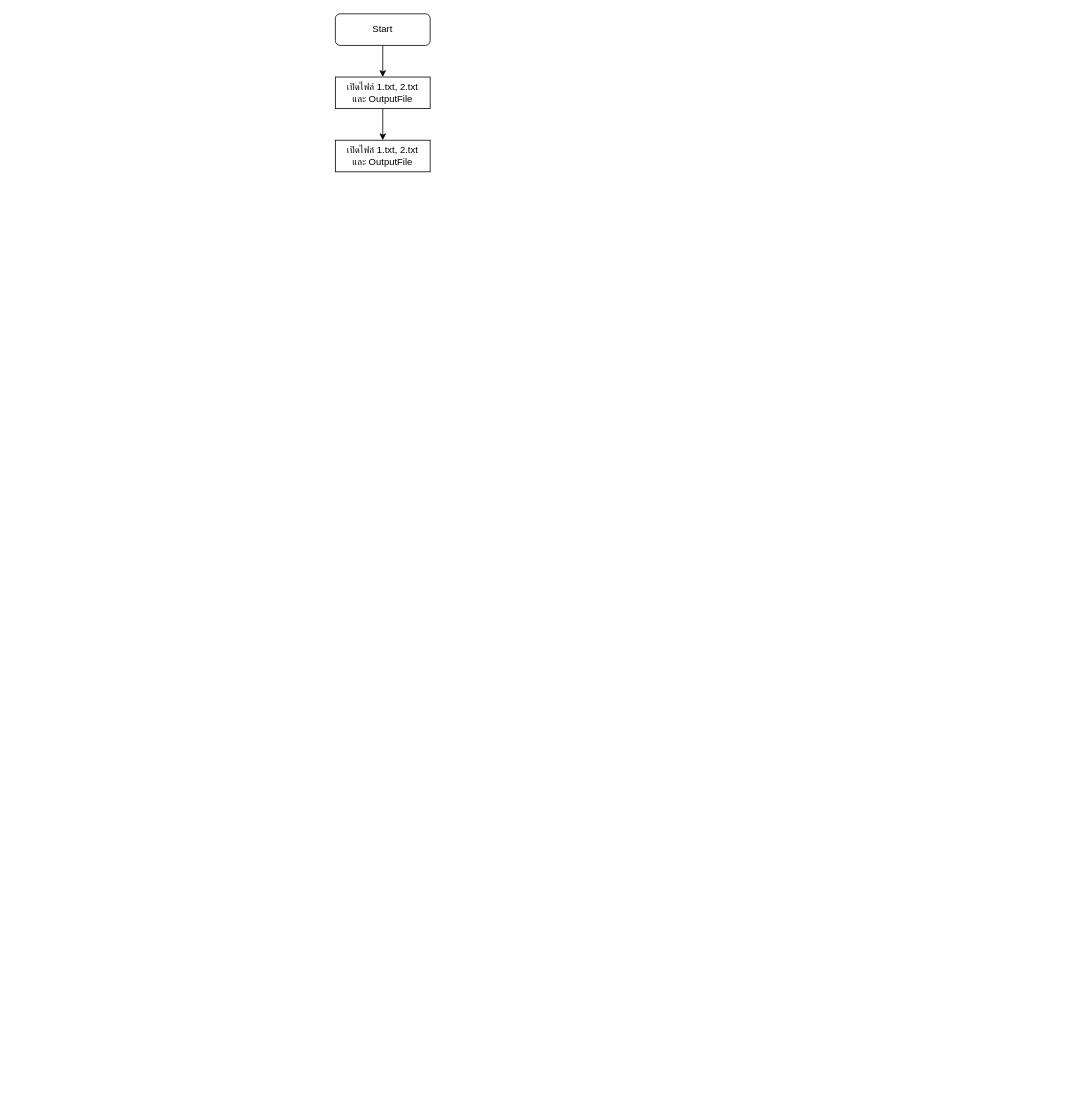
This is FlowWork.drawio from InnoZecroZ/LabHelper, a draw.io file, before an edit. Source tidied: cells renumbered, new cells numbered last; positions are measured from the earlier drawing's top-left corner, leaving out a move shared by most shapes. Both pictures are drawn from the tidied source at 79%, with x=0, y=0 at pixel (335, 13).
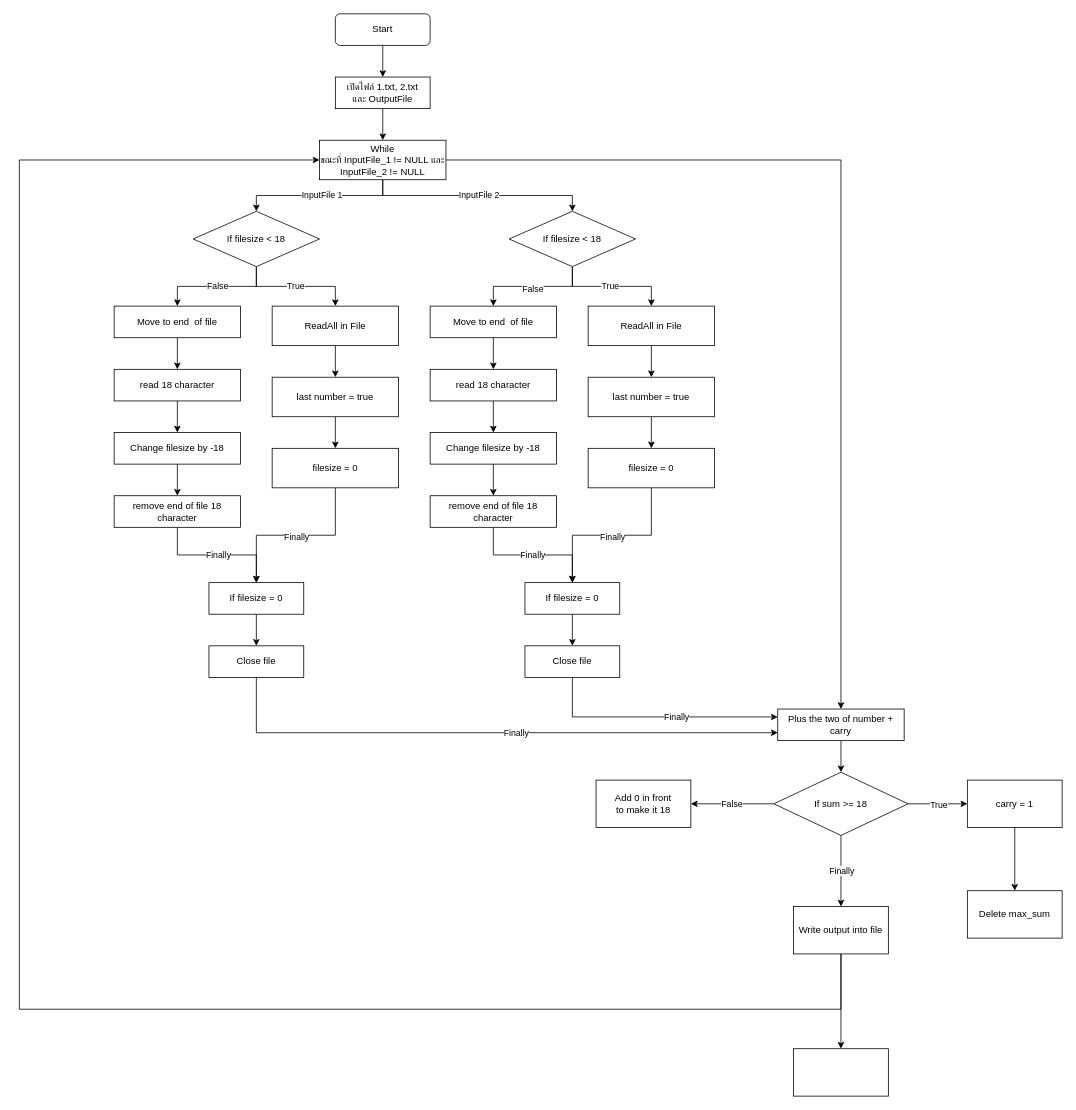
Above is the later version.

Commit message (it also covers changes not shown here):
Update flowchart and add backup for FlowWork.drawio

Expanded the flowchart in FlowWork.drawio with additional steps and logic for file operations and sum calculation. Added a backup file .$FlowWork.drawio.bkp containing the previous version of the diagram.

What changed in the source:
```diff
@@
+    <mxCell id="7" style="edgeStyle=orthogonalEdgeStyle;rounded=0;jettySize=auto;html=1;" parent="1" edge="1" source="6" target="55">
+      <mxGeometry relative="1" as="geometry" />
+    </mxCell>
+    <mxCell id="8" style="edgeStyle=orthogonalEdgeStyle;rounded=0;jettySize=auto;html=1;entryX=0.5;entryY=0;entryDx=0;entryDy=0;exitX=0.5;exitY=1;exitDx=0;exitDy=0;" parent="1" edge="1" source="6" target="74">
+      <mxGeometry relative="1" as="geometry" />
+    </mxCell>
+    <mxCell id="9" value="InputFile 1" style="edgeLabel;html=1;align=center;verticalAlign=middle;" parent="8" vertex="1">
+      <mxGeometry x="-0.02" y="-1" relative="1" as="geometry" />
+    </mxCell>
+    <mxCell id="10" style="edgeStyle=orthogonalEdgeStyle;rounded=0;jettySize=auto;html=1;entryX=0.5;entryY=0;entryDx=0;entryDy=0;exitX=0.5;exitY=1;exitDx=0;exitDy=0;" parent="1" edge="1" source="6" target="79">
+      <mxGeometry relative="1" as="geometry" />
+    </mxCell>
+    <mxCell id="11" value="InputFile 2" style="edgeLabel;html=1;align=center;verticalAlign=middle;" parent="10" vertex="1">
+      <mxGeometry x="0.01" y="2" relative="1" as="geometry" />
+    </mxCell>
-    <mxCell id="6" value="เปิดไฟล์ 1.txt, 2.txt&lt;div&gt;และ OutputFile&lt;/div&gt;" style="rounded=0;whiteSpace=wrap;html=1;" parent="1" vertex="1">
-      <mxGeometry y="160" width="120" height="40" as="geometry" />
+    <mxCell id="6" value="While&lt;div&gt;ขณะที่ InputFile_1 != NULL และ InputFile_2 != NULL&lt;/div&gt;" style="rounded=0;whiteSpace=wrap;html=1;" parent="1" vertex="1">
+      <mxGeometry x="-20" y="160" width="160" height="50" as="geometry" />
     </mxCell>
+    <mxCell id="12" style="edgeStyle=orthogonalEdgeStyle;rounded=0;jettySize=auto;html=1;" parent="1" edge="1" source="13" target="15">
+      <mxGeometry relative="1" as="geometry" />
+    </mxCell>
+    <mxCell id="13" value="ReadAll in File" style="rounded=0;whiteSpace=wrap;html=1;" parent="1" vertex="1">
+      <mxGeometry x="-80" y="370" width="160" height="50" as="geometry" />
+    </mxCell>
+    <mxCell id="14" style="edgeStyle=orthogonalEdgeStyle;rounded=0;jettySize=auto;html=1;" parent="1" edge="1" source="15" target="18">
+      <mxGeometry relative="1" as="geometry" />
+    </mxCell>
+    <mxCell id="15" value="last number = true" style="rounded=0;whiteSpace=wrap;html=1;" parent="1" vertex="1">
+      <mxGeometry x="-80" y="460" width="160" height="50" as="geometry" />
+    </mxCell>
+    <mxCell id="16" style="edgeStyle=orthogonalEdgeStyle;rounded=0;jettySize=auto;html=1;entryX=0.5;entryY=0;entryDx=0;entryDy=0;" parent="1" edge="1" source="18" target="45">
+      <mxGeometry relative="1" as="geometry" />
+    </mxCell>
+    <mxCell id="17" value="Finally" style="edgeLabel;html=1;align=center;verticalAlign=middle;" parent="16" vertex="1">
+      <mxGeometry y="1" relative="1" as="geometry" />
+    </mxCell>
+    <mxCell id="18" value="filesize = 0" style="rounded=0;whiteSpace=wrap;html=1;" parent="1" vertex="1">
+      <mxGeometry x="-80" y="550" width="160" height="50" as="geometry" />
+    </mxCell>
+    <mxCell id="19" style="edgeStyle=orthogonalEdgeStyle;rounded=0;jettySize=auto;html=1;" parent="1" edge="1" source="20" target="22">
+      <mxGeometry relative="1" as="geometry" />
+    </mxCell>
+    <mxCell id="20" value="&lt;div&gt;Move to end&amp;nbsp; of file&lt;/div&gt;" style="rounded=0;whiteSpace=wrap;html=1;" parent="1" vertex="1">
+      <mxGeometry x="-280" y="370" width="160" height="40" as="geometry" />
+    </mxCell>
+    <mxCell id="21" style="edgeStyle=orthogonalEdgeStyle;rounded=0;jettySize=auto;html=1;" parent="1" edge="1" source="22" target="24">
+      <mxGeometry relative="1" as="geometry" />
+    </mxCell>
+    <mxCell id="22" value="&lt;div&gt;&lt;span style=&quot;background-color: transparent; color: light-dark(rgb(0, 0, 0), rgb(255, 255, 255));&quot;&gt;read 18 character&lt;/span&gt;&lt;/div&gt;" style="rounded=0;whiteSpace=wrap;html=1;" parent="1" vertex="1">
+      <mxGeometry x="-280" y="450" width="160" height="40" as="geometry" />
+    </mxCell>
+    <mxCell id="23" style="edgeStyle=orthogonalEdgeStyle;rounded=0;jettySize=auto;html=1;" parent="1" edge="1" source="24" target="27">
+      <mxGeometry relative="1" as="geometry" />
+    </mxCell>
+    <mxCell id="24" value="Change filesize by -18" style="rounded=0;whiteSpace=wrap;html=1;" parent="1" vertex="1">
+      <mxGeometry x="-280" y="530" width="160" height="40" as="geometry" />
+    </mxCell>
+    <mxCell id="25" style="edgeStyle=orthogonalEdgeStyle;rounded=0;jettySize=auto;html=1;entryX=0.5;entryY=0;entryDx=0;entryDy=0;" parent="1" edge="1" source="27" target="45">
+      <mxGeometry relative="1" as="geometry" />
+    </mxCell>
+    <mxCell id="26" value="Finally" style="edgeLabel;html=1;align=center;verticalAlign=middle;" parent="25" vertex="1">
+      <mxGeometry x="0.01" y="1" relative="1" as="geometry" />
+    </mxCell>
+    <mxCell id="27" value="remove end of file 18 character" style="rounded=0;whiteSpace=wrap;html=1;" parent="1" vertex="1">
+      <mxGeometry x="-280" y="610" width="160" height="40" as="geometry" />
+    </mxCell>
+    <mxCell id="28" style="edgeStyle=orthogonalEdgeStyle;rounded=0;jettySize=auto;html=1;" parent="1" edge="1" source="29" target="31">
+      <mxGeometry relative="1" as="geometry" />
+    </mxCell>
+    <mxCell id="29" value="ReadAll in File" style="rounded=0;whiteSpace=wrap;html=1;" parent="1" vertex="1">
+      <mxGeometry x="320" y="370" width="160" height="50" as="geometry" />
+    </mxCell>
+    <mxCell id="30" style="edgeStyle=orthogonalEdgeStyle;rounded=0;jettySize=auto;html=1;" parent="1" edge="1" source="31" target="34">
+      <mxGeometry relative="1" as="geometry" />
+    </mxCell>
+    <mxCell id="31" value="last number = true" style="rounded=0;whiteSpace=wrap;html=1;" parent="1" vertex="1">
+      <mxGeometry x="320" y="460" width="160" height="50" as="geometry" />
+    </mxCell>
+    <mxCell id="32" style="edgeStyle=orthogonalEdgeStyle;rounded=0;jettySize=auto;html=1;entryX=0.5;entryY=0;entryDx=0;entryDy=0;" parent="1" edge="1" source="34" target="50">
+      <mxGeometry relative="1" as="geometry" />
+    </mxCell>
+    <mxCell id="33" value="Finally" style="edgeLabel;html=1;align=center;verticalAlign=middle;" parent="32" vertex="1">
+      <mxGeometry y="1" relative="1" as="geometry" />
+    </mxCell>
+    <mxCell id="34" value="filesize = 0" style="rounded=0;whiteSpace=wrap;html=1;" parent="1" vertex="1">
+      <mxGeometry x="320" y="550" width="160" height="50" as="geometry" />
+    </mxCell>
+    <mxCell id="35" style="edgeStyle=orthogonalEdgeStyle;rounded=0;jettySize=auto;html=1;" parent="1" edge="1" source="36" target="38">
+      <mxGeometry relative="1" as="geometry" />
+    </mxCell>
+    <mxCell id="36" value="&lt;div&gt;Move to end&amp;nbsp; of file&lt;/div&gt;" style="rounded=0;whiteSpace=wrap;html=1;" parent="1" vertex="1">
+      <mxGeometry x="120" y="370" width="160" height="40" as="geometry" />
+    </mxCell>
+    <mxCell id="37" style="edgeStyle=orthogonalEdgeStyle;rounded=0;jettySize=auto;html=1;" parent="1" edge="1" source="38" target="40">
+      <mxGeometry relative="1" as="geometry" />
+    </mxCell>
+    <mxCell id="38" value="&lt;div&gt;&lt;span style=&quot;background-color: transparent; color: light-dark(rgb(0, 0, 0), rgb(255, 255, 255));&quot;&gt;read 18 character&lt;/span&gt;&lt;/div&gt;" style="rounded=0;whiteSpace=wrap;html=1;" parent="1" vertex="1">
+      <mxGeometry x="120" y="450" width="160" height="40" as="geometry" />
+    </mxCell>
+    <mxCell id="39" style="edgeStyle=orthogonalEdgeStyle;rounded=0;jettySize=auto;html=1;" parent="1" edge="1" source="40" target="43">
+      <mxGeometry relative="1" as="geometry" />
+    </mxCell>
+    <mxCell id="40" value="Change filesize by -18" style="rounded=0;whiteSpace=wrap;html=1;" parent="1" vertex="1">
+      <mxGeometry x="120" y="530" width="160" height="40" as="geometry" />
+    </mxCell>
+    <mxCell id="41" style="edgeStyle=orthogonalEdgeStyle;rounded=0;jettySize=auto;html=1;entryX=0.5;entryY=0;entryDx=0;entryDy=0;" parent="1" edge="1" source="43" target="50">
+      <mxGeometry relative="1" as="geometry" />
+    </mxCell>
+    <mxCell id="42" value="Finally" style="edgeLabel;html=1;align=center;verticalAlign=middle;" parent="41" vertex="1">
+      <mxGeometry x="-0.01" y="1" relative="1" as="geometry" />
+    </mxCell>
+    <mxCell id="43" value="remove end of file 18 character" style="rounded=0;whiteSpace=wrap;html=1;" parent="1" vertex="1">
+      <mxGeometry x="120" y="610" width="160" height="40" as="geometry" />
+    </mxCell>
+    <mxCell id="44" style="edgeStyle=orthogonalEdgeStyle;rounded=0;jettySize=auto;html=1;" parent="1" edge="1" source="45" target="48">
+      <mxGeometry relative="1" as="geometry" />
+    </mxCell>
+    <mxCell id="45" value="If filesize = 0" style="rounded=0;whiteSpace=wrap;html=1;" parent="1" vertex="1">
+      <mxGeometry x="-160" y="720" width="120" height="40" as="geometry" />
+    </mxCell>
+    <mxCell id="46" style="edgeStyle=orthogonalEdgeStyle;rounded=0;jettySize=auto;html=1;entryX=0;entryY=0.75;entryDx=0;entryDy=0;" parent="1" edge="1" source="48" target="55">
+      <mxGeometry relative="1" as="geometry">
+        <Array as="points">
+          <mxPoint x="-100" y="910" />
+        </Array>
+      </mxGeometry>
+    </mxCell>
+    <mxCell id="47" value="Finally" style="edgeLabel;html=1;align=center;verticalAlign=middle;" parent="46" vertex="1">
+      <mxGeometry x="0.09" relative="1" as="geometry" />
+    </mxCell>
+    <mxCell id="48" value="Close file" style="rounded=0;whiteSpace=wrap;html=1;" parent="1" vertex="1">
+      <mxGeometry x="-160" y="800" width="120" height="40" as="geometry" />
+    </mxCell>
+    <mxCell id="49" style="edgeStyle=orthogonalEdgeStyle;rounded=0;jettySize=auto;html=1;" parent="1" edge="1" source="50" target="53">
+      <mxGeometry relative="1" as="geometry" />
+    </mxCell>
+    <mxCell id="50" value="If filesize = 0" style="rounded=0;whiteSpace=wrap;html=1;" parent="1" vertex="1">
+      <mxGeometry x="240" y="720" width="120" height="40" as="geometry" />
+    </mxCell>
+    <mxCell id="51" style="edgeStyle=orthogonalEdgeStyle;rounded=0;jettySize=auto;html=1;entryX=0;entryY=0.25;entryDx=0;entryDy=0;" parent="1" edge="1" source="53" target="55">
+      <mxGeometry relative="1" as="geometry">
+        <Array as="points">
+          <mxPoint x="300" y="890" />
+        </Array>
+      </mxGeometry>
+    </mxCell>
+    <mxCell id="52" value="Finally" style="edgeLabel;html=1;align=center;verticalAlign=middle;" parent="51" vertex="1">
+      <mxGeometry x="0.17" relative="1" as="geometry" />
+    </mxCell>
+    <mxCell id="53" value="Close file" style="rounded=0;whiteSpace=wrap;html=1;" parent="1" vertex="1">
+      <mxGeometry x="240" y="800" width="120" height="40" as="geometry" />
+    </mxCell>
+    <mxCell id="54" style="edgeStyle=orthogonalEdgeStyle;rounded=0;jettySize=auto;html=1;" parent="1" edge="1" source="55" target="62">
+      <mxGeometry relative="1" as="geometry" />
+    </mxCell>
+    <mxCell id="55" value="Plus the two of number + carry" style="rounded=0;whiteSpace=wrap;html=1;" parent="1" vertex="1">
+      <mxGeometry x="560" y="880" width="160" height="40" as="geometry" />
+    </mxCell>
+    <mxCell id="56" style="edgeStyle=orthogonalEdgeStyle;rounded=0;jettySize=auto;html=1;entryX=0;entryY=0.5;entryDx=0;entryDy=0;" parent="1" edge="1" source="62" target="64">
+      <mxGeometry relative="1" as="geometry" />
+    </mxCell>
+    <mxCell id="57" value="True" style="edgeLabel;html=1;align=center;verticalAlign=middle;" parent="56" vertex="1">
+      <mxGeometry y="-1" relative="1" as="geometry" />
+    </mxCell>
+    <mxCell id="58" style="edgeStyle=orthogonalEdgeStyle;rounded=0;jettySize=auto;html=1;" parent="1" edge="1" source="62" target="66">
+      <mxGeometry relative="1" as="geometry" />
+    </mxCell>
+    <mxCell id="59" value="False" style="edgeLabel;html=1;align=center;verticalAlign=middle;" parent="58" vertex="1">
+      <mxGeometry x="0.02" y="-3" relative="1" as="geometry">
+        <mxPoint y="3" as="offset" />
+      </mxGeometry>
+    </mxCell>
+    <mxCell id="60" style="edgeStyle=orthogonalEdgeStyle;rounded=0;jettySize=auto;html=1;" parent="1" edge="1" source="62" target="69">
+      <mxGeometry relative="1" as="geometry" />
+    </mxCell>
+    <mxCell id="61" value="Finally" style="edgeLabel;html=1;align=center;verticalAlign=middle;" parent="60" vertex="1">
+      <mxGeometry x="-0.02" relative="1" as="geometry" />
+    </mxCell>
+    <mxCell id="62" value="If sum &amp;gt;= 18" style="rhombus;whiteSpace=wrap;html=1;rounded=0;" parent="1" vertex="1">
+      <mxGeometry x="555" y="960" width="170" height="80" as="geometry" />
+    </mxCell>
+    <mxCell id="63" style="edgeStyle=orthogonalEdgeStyle;rounded=0;jettySize=auto;html=1;" parent="1" edge="1" source="64" target="65">
+      <mxGeometry relative="1" as="geometry" />
+    </mxCell>
+    <mxCell id="64" value="carry = 1" style="rounded=0;whiteSpace=wrap;html=1;" parent="1" vertex="1">
+      <mxGeometry x="800" y="970" width="120" height="60" as="geometry" />
+    </mxCell>
+    <mxCell id="65" value="Delete max_sum" style="rounded=0;whiteSpace=wrap;html=1;" parent="1" vertex="1">
+      <mxGeometry x="800" y="1110" width="120" height="60" as="geometry" />
+    </mxCell>
+    <mxCell id="66" value="Add 0 in front&lt;div&gt;to make it 18&lt;/div&gt;" style="whiteSpace=wrap;html=1;rounded=0;" parent="1" vertex="1">
+      <mxGeometry x="330" y="970" width="120" height="60" as="geometry" />
+    </mxCell>
+    <mxCell id="67" style="edgeStyle=orthogonalEdgeStyle;rounded=0;jettySize=auto;html=1;entryX=0;entryY=0.5;entryDx=0;entryDy=0;" parent="1" edge="1" source="69" target="6">
+      <mxGeometry relative="1" as="geometry">
+        <Array as="points">
+          <mxPoint x="640" y="1260" />
+          <mxPoint x="-400" y="1260" />
+          <mxPoint x="-400" y="185" />
+        </Array>
+      </mxGeometry>
+    </mxCell>
+    <mxCell id="68" style="edgeStyle=orthogonalEdgeStyle;rounded=0;jettySize=auto;html=1;" parent="1" edge="1" source="69" target="80">
+      <mxGeometry relative="1" as="geometry" />
+    </mxCell>
+    <mxCell id="69" value="Write output into file" style="whiteSpace=wrap;html=1;rounded=0;" parent="1" vertex="1">
+      <mxGeometry x="580" y="1130" width="120" height="60" as="geometry" />
+    </mxCell>
+    <mxCell id="70" style="edgeStyle=orthogonalEdgeStyle;rounded=0;jettySize=auto;html=1;entryX=0.5;entryY=0;entryDx=0;entryDy=0;" parent="1" edge="1" source="74" target="20">
+      <mxGeometry relative="1" as="geometry" />
+    </mxCell>
+    <mxCell id="71" value="False" style="edgeLabel;html=1;align=center;verticalAlign=middle;" parent="70" vertex="1">
+      <mxGeometry y="-1" relative="1" as="geometry" />
+    </mxCell>
+    <mxCell id="72" style="edgeStyle=orthogonalEdgeStyle;rounded=0;jettySize=auto;html=1;entryX=0.5;entryY=0;entryDx=0;entryDy=0;" parent="1" edge="1" source="74" target="13">
+      <mxGeometry relative="1" as="geometry" />
+    </mxCell>
+    <mxCell id="73" value="True" style="edgeLabel;html=1;align=center;verticalAlign=middle;" parent="72" vertex="1">
+      <mxGeometry x="-0.02" y="1" relative="1" as="geometry" />
+    </mxCell>
+    <mxCell id="74" value="If filesize &amp;lt; 18" style="rhombus;whiteSpace=wrap;html=1;" parent="1" vertex="1">
+      <mxGeometry x="-180" y="250" width="160" height="70" as="geometry" />
+    </mxCell>
+    <mxCell id="75" style="edgeStyle=orthogonalEdgeStyle;rounded=0;jettySize=auto;html=1;entryX=0.5;entryY=0;entryDx=0;entryDy=0;" parent="1" edge="1" source="79" target="36">
+      <mxGeometry relative="1" as="geometry" />
+    </mxCell>
+    <mxCell id="76" value="False" style="edgeLabel;html=1;align=center;verticalAlign=middle;" parent="75" vertex="1">
+      <mxGeometry x="0.01" y="2" relative="1" as="geometry" />
+    </mxCell>
+    <mxCell id="77" style="edgeStyle=orthogonalEdgeStyle;rounded=0;jettySize=auto;html=1;entryX=0.5;entryY=0;entryDx=0;entryDy=0;" parent="1" edge="1" source="79" target="29">
+      <mxGeometry relative="1" as="geometry" />
+    </mxCell>
+    <mxCell id="78" value="True" style="edgeLabel;html=1;align=center;verticalAlign=middle;" parent="77" vertex="1">
+      <mxGeometry x="-0.04" y="1" relative="1" as="geometry" />
+    </mxCell>
+    <mxCell id="79" value="If filesize &amp;lt; 18" style="rhombus;whiteSpace=wrap;html=1;" parent="1" vertex="1">
+      <mxGeometry x="220" y="250" width="160" height="70" as="geometry" />
+    </mxCell>
+    <mxCell id="80" style="whiteSpace=wrap;html=1;rounded=0;" parent="1" vertex="1">
+      <mxGeometry x="580" y="1310" width="120" height="60" as="geometry" />
+    </mxCell>
```
